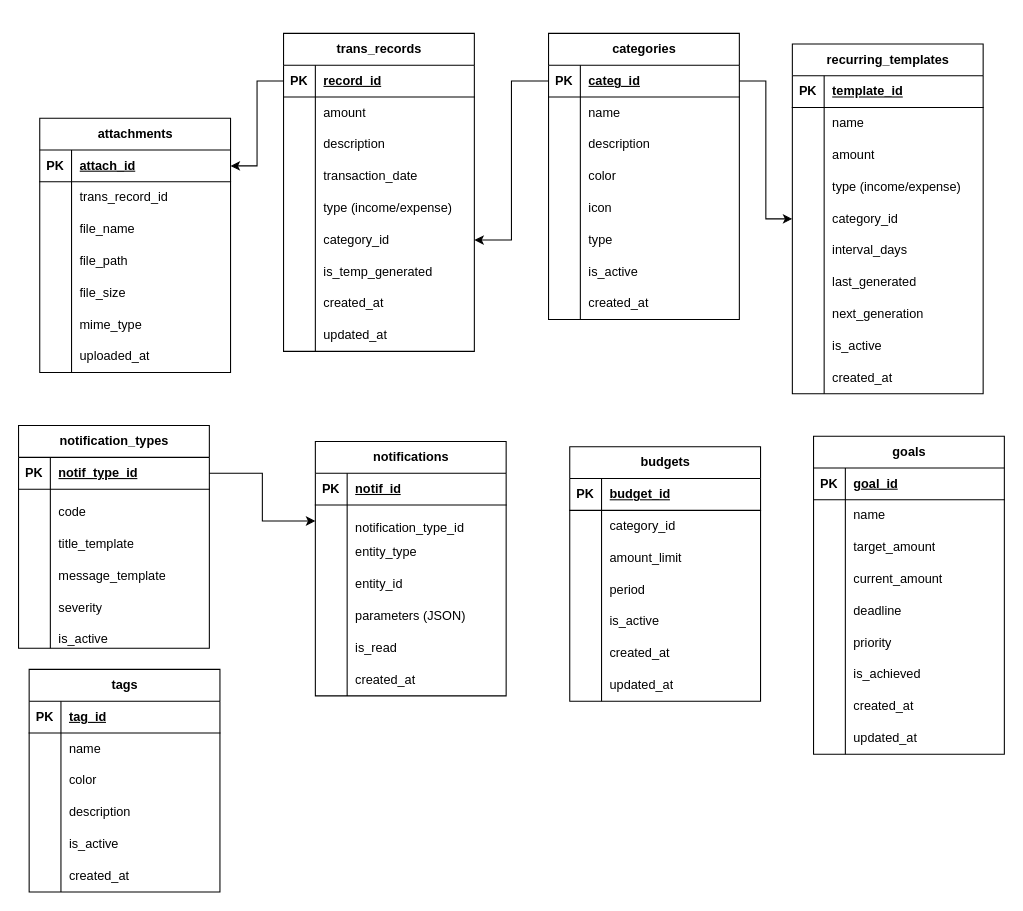
AntonioStrignano/tracker keeps this draw.io diagram as tracker.drawio. Above is the earlier version. Source tidied: cells renumbered, new cells numbered last; positions are measured from the earlier drawing's top-left corner, leaving out a move shared by most shapes. Both pictures are drawn from the tidied source at 106%, with x=0, y=0 at pixel (18, 33).
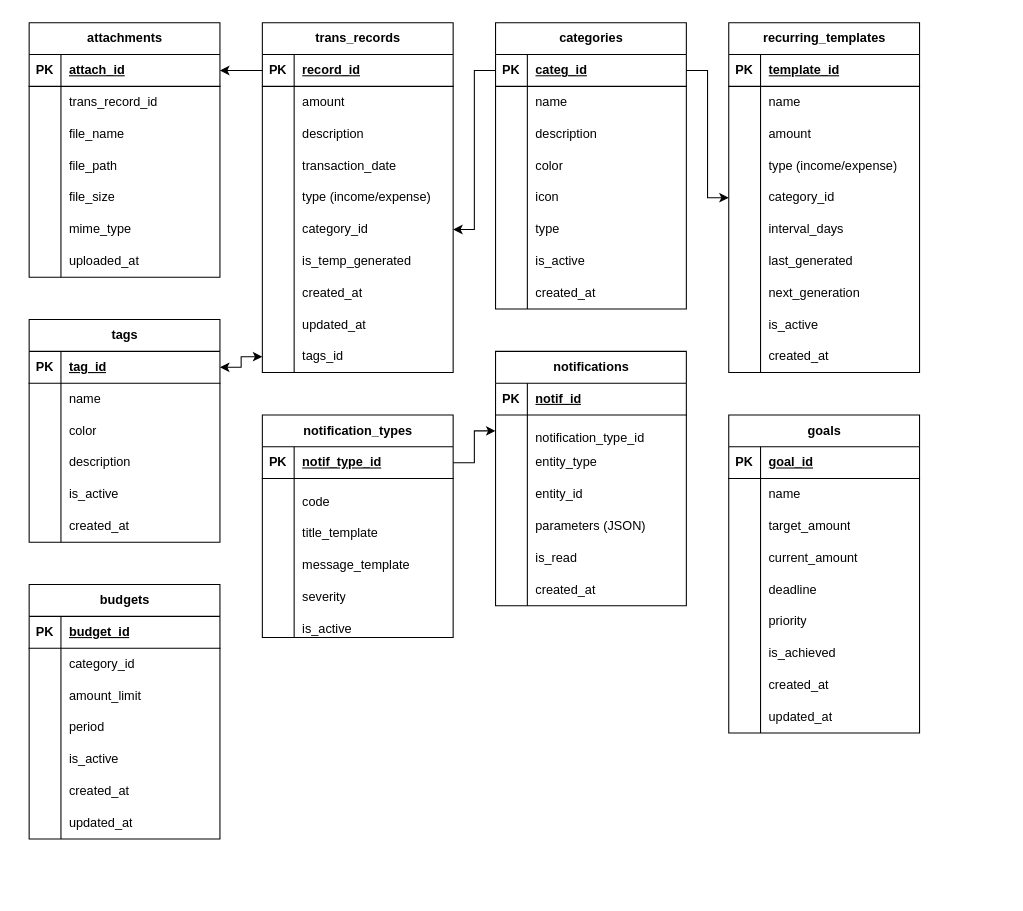
After the change.

Unchanged cells that the change refers to:
```xml
<mxCell id="87" style="shape=tableRow;horizontal=0;startSize=0;swimlaneHead=0;swimlaneBody=0;fillColor=none;points=[[0,0.5],[1,0.5]];portConstraint=eastwest;top=0;left=0;right=0;bottom=1;" parent="86" vertex="1">
  <mxGeometry y="30" width="180" height="30" as="geometry" />
</mxCell>
```

The edit, as a diff of the source:
```diff
@@
     <mxCell id="2" value="trans_records" style="shape=table;startSize=30;childLayout=tableLayout;rowLines=0;fontStyle=1;align=center;html=1;" parent="1" vertex="1">
-      <mxGeometry x="250" width="180" height="300" as="geometry" />
+      <mxGeometry x="230" y="-10" width="180" height="330" as="geometry" />
     </mxCell>
@@
+    <mxCell id="222" style="shape=tableRow;horizontal=0;startSize=0;swimlaneHead=0;swimlaneBody=0;fillColor=none;points=[[0,0.5],[1,0.5]];portConstraint=eastwest;top=0;left=0;right=0;bottom=0;" parent="2" vertex="1">
+      <mxGeometry y="300" width="180" height="30" as="geometry" />
+    </mxCell>
+    <mxCell id="223" style="shape=partialRectangle;fillColor=none;top=0;left=0;bottom=0;right=0;overflow=hidden;whiteSpace=wrap;html=1;" parent="222" vertex="1">
+      <mxGeometry width="30" height="30" as="geometry" />
+    </mxCell>
+    <mxCell id="224" value="tags_id" style="shape=partialRectangle;fillColor=none;top=0;left=0;bottom=0;right=0;align=left;spacingLeft=6;overflow=hidden;whiteSpace=wrap;html=1;" parent="222" vertex="1">
+      <mxGeometry x="30" width="150" height="30" as="geometry" />
+    </mxCell>
     <mxCell id="30" value="categories" style="shape=table;startSize=30;childLayout=tableLayout;rowLines=0;fontStyle=1;align=center;html=1;" parent="1" vertex="1">
-      <mxGeometry x="500" width="180" height="270" as="geometry" />
+      <mxGeometry x="450" y="-10" width="180" height="270" as="geometry" />
     </mxCell>
@@
     <mxCell id="55" value="&lt;p&gt;recurring_templates&lt;/p&gt;" style="shape=table;startSize=30;childLayout=tableLayout;rowLines=0;fontStyle=1;align=center;html=1;" parent="1" vertex="1">
-      <mxGeometry x="730" y="10" width="180" height="330" as="geometry" />
+      <mxGeometry x="670" y="-10" width="180" height="330" as="geometry" />
     </mxCell>
@@
     <mxCell id="86" value="&lt;p&gt;tags&lt;/p&gt;" style="shape=table;startSize=30;childLayout=tableLayout;rowLines=0;fontStyle=1;align=center;html=1;" parent="1" vertex="1">
-      <mxGeometry x="10" y="600" width="180" height="210" as="geometry" />
+      <mxGeometry x="10" y="270" width="180" height="210" as="geometry" />
     </mxCell>
@@
     <mxCell id="105" value="&lt;p&gt;budgets&lt;/p&gt;" style="shape=table;startSize=30;childLayout=tableLayout;rowLines=0;fontStyle=1;align=center;html=1;" parent="1" vertex="1">
-      <mxGeometry x="520" y="390" width="180" height="240" as="geometry" />
+      <mxGeometry x="10" y="520" width="180" height="240" as="geometry" />
     </mxCell>
@@
     <mxCell id="127" value="&lt;p&gt;goals&lt;/p&gt;" style="shape=table;startSize=30;childLayout=tableLayout;rowLines=0;fontStyle=1;align=center;html=1;" parent="1" vertex="1">
-      <mxGeometry x="750" y="380" width="180" height="300" as="geometry" />
+      <mxGeometry x="670" y="360" width="180" height="300" as="geometry" />
     </mxCell>
@@
     <mxCell id="155" value="&lt;p&gt;attachments&lt;/p&gt;" style="shape=table;startSize=30;childLayout=tableLayout;rowLines=0;fontStyle=1;align=center;html=1;" parent="1" vertex="1">
-      <mxGeometry x="20" y="80" width="180" height="240" as="geometry" />
+      <mxGeometry x="10" y="-10" width="180" height="240" as="geometry" />
     </mxCell>
@@
     <mxCell id="177" value="&lt;p&gt;notifications&lt;/p&gt;" style="shape=table;startSize=30;childLayout=tableLayout;rowLines=0;fontStyle=1;align=center;html=1;" parent="1" vertex="1">
-      <mxGeometry x="280" y="385" width="180" height="240" as="geometry" />
+      <mxGeometry x="450" y="300" width="180" height="240" as="geometry" />
     </mxCell>
@@
     <mxCell id="202" value="notification_types" style="shape=table;startSize=30;childLayout=tableLayout;rowLines=0;fontStyle=1;align=center;html=1;" parent="1" vertex="1">
-      <mxGeometry y="370" width="180" height="210" as="geometry" />
+      <mxGeometry x="230" y="360" width="180" height="210" as="geometry" />
     </mxCell>
@@
+    <mxCell id="225" style="edgeStyle=orthogonalEdgeStyle;rounded=0;jettySize=auto;html=1;startArrow=classic;startFill=1;" parent="1" edge="1" source="87" target="222">
+      <mxGeometry relative="1" as="geometry" />
+    </mxCell>
```
